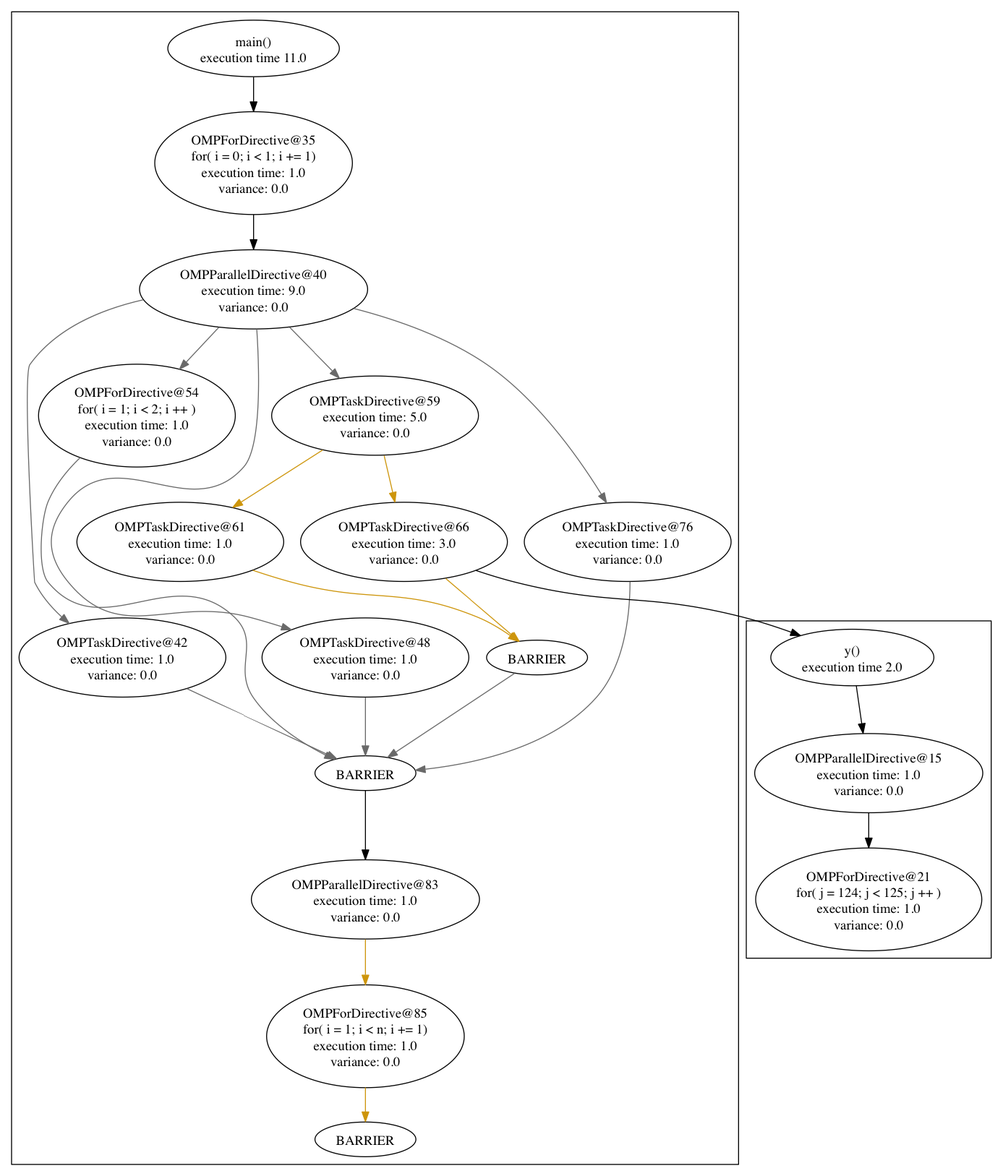
The Graphviz diagram graph_sched/graphs/function_graphs.png in filippobrizzi/soma, before a commit. Its source is kept beside it as graph_sched/graphs/function_graphs.dot.
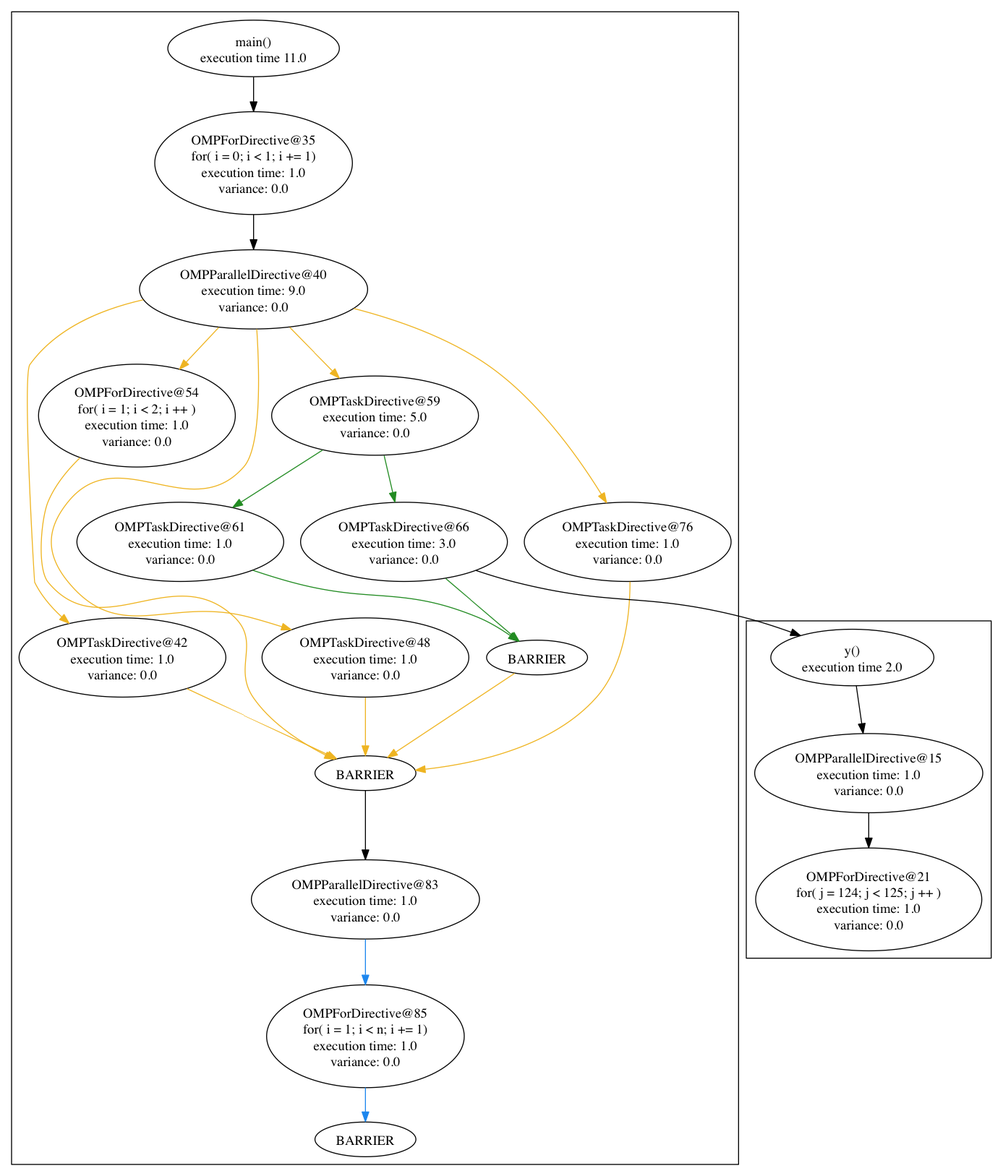
The same diagram one commit later.

The edit, as a diff of the source:
```diff
@@ -35,14 +35,14 @@
 			pos="183,654",
 			root=28,
 			width=2.9745];
-		59 -> 61		 [color=darkgoldenrod3,
+		59 -> 61		 [color=forestgreen,
 			pos="e,237.5,689.8 330.6,749.26 304.56,732.63 273.22,712.61 246.13,695.32"];
 		66		 [height=1.1471,
 			label="OMPTaskDirective@66\nexecution time: 3.0\nvariance: 0.0",
 			pos="415,654",
 			root=28,
 			width=2.9745];
-		59 -> 66		 [color=darkgoldenrod3,
+		59 -> 66		 [color=forestgreen,
 			pos="e,405.62,695.32 394.41,743.54 397.23,731.41 400.36,717.96 403.31,705.28"];
 		48		 [height=1.1471,
 			label="OMPTaskDirective@48\nexecution time: 1.0\nvariance: 0.0",
@@ -54,21 +54,21 @@
 			pos="375,414",
 			root=28,
 			width=1.4568];
-		48 -> "40_end"		 [color=dimgrey,
+		48 -> "40_end"		 [color=goldenrod2,
 			pos="e,375,432.29 375,492.39 375,475.87 375,457.21 375,442.35"];
 		76		 [height=1.1471,
 			label="OMPTaskDirective@76\nexecution time: 1.0\nvariance: 0.0",
 			pos="647,654",
 			root=28,
 			width=2.9745];
-		76 -> "40_end"		 [color=dimgrey,
+		76 -> "40_end"		 [color=goldenrod2,
 			pos="e,426.93,417.06 649.42,612.62 649.35,576.67 643.42,524.83 614,492 569.18,441.98 491.74,424.28 437.18,418.11"];
 		"59_end"		 [height=0.5,
 			label=BARRIER,
 			pos="553,534",
 			root=28,
 			width=1.4568];
-		"59_end" -> "40_end"		 [color=dimgrey,
+		"59_end" -> "40_end"		 [color=goldenrod2,
 			pos="e,397.99,430.24 529.73,517.57 498.19,496.67 441.78,459.27 406.49,435.87"];
 		28		 [height=0.8171,
 			label="main()\nexecution time 11.0",
@@ -86,21 +86,21 @@
 			pos="123,534",
 			root=28,
 			width=2.9745];
-		42 -> "40_end"		 [color=dimgrey,
+		42 -> "40_end"		 [color=goldenrod2,
 			pos="e,345.15,428.98 189.87,501.69 236.38,479.91 296.79,451.62 335.73,433.39"];
 		40		 [height=1.1471,
 			label="OMPParallelDirective@40\nexecution time: 9.0\nvariance: 0.0",
 			pos="259,916",
 			root=28,
 			width=3.2896];
-		40 -> 59		 [color=dimgrey,
+		40 -> 59		 [color=goldenrod2,
 			pos="e,347.9,823.98 296.46,876.65 310.3,862.48 326.12,846.29 340.52,831.54"];
-		40 -> 48		 [color=dimgrey,
+		40 -> 48		 [color=goldenrod2,
 			pos="e,298.02,562.83 262.32,874.67 265.31,827.29 266.84,752.54 249,732 194.94,669.74 119.34,759.71 67,696 43.301,667.15 43.227,640.79 \
 67,612 120.89,546.74 172.17,597.63 254,576 265.22,573.03 276.92,569.56 288.42,565.93"];
-		40 -> 76		 [color=dimgrey,
+		40 -> 76		 [color=goldenrod2,
 			pos="e,625.03,694.66 363.05,896.12 408.23,884.47 460.05,866.18 501,838 552.11,802.83 594.17,744.54 619.81,703.2"];
-		40 -> 42		 [color=dimgrey,
+		40 -> 42		 [color=goldenrod2,
 			pos="e,67.684,569.43 144.44,905.16 100.36,895.13 54.134,875.59 27,838 18.974,826.88 31.534,612.95 32,612 38.578,598.56 48.701,586.57 \
 59.841,576.28"];
 		54		 [height=1.4771,
@@ -108,15 +108,15 @@
 			pos="138,785",
 			root=28,
 			width=2.8384];
-		40 -> 54		 [color=dimgrey,
+		40 -> 54		 [color=goldenrod2,
 			pos="e,182.19,833.11 223.02,876.65 212.41,865.33 200.58,852.72 189.2,840.59"];
-		61 -> "59_end"		 [color=darkgoldenrod3,
+		61 -> "59_end"		 [color=forestgreen,
 			pos="e,533.48,550.85 258.28,624.5 271.73,619.95 285.7,615.58 299,612 382.85,589.47 410.53,608.59 491,576 502.96,571.16 515.04,563.84 \
 525.31,556.72"];
 		35 -> 40		 [pos="e,259,957.55 259,993.53 259,985 259,976.18 259,967.69"];
-		66 -> "59_end"		 [color=darkgoldenrod3,
+		66 -> "59_end"		 [color=forestgreen,
 			pos="e,534.43,550.88 458.29,615.99 480.69,596.83 507.33,574.05 526.63,557.54"];
-		54 -> "40_end"		 [color=dimgrey,
+		54 -> "40_end"		 [color=goldenrod2,
 			pos="e,342.74,428.25 79.095,741.33 65.708,728.42 53.295,713.07 46,696 38.665,678.83 34.072,626.36 46,612 101.76,544.88 175.8,636.16 239,\
 576 266.8,549.54 237.04,523.47 259,492 277.54,465.43 308.47,445.57 333.73,432.69"];
 		83		 [height=1.1471,
@@ -129,7 +129,7 @@
 			pos="375,141",
 			root=28,
 			width=2.8425];
-		83 -> 85		 [color=darkgoldenrod3,
+		83 -> 85		 [color=dodgerblue2,
 			pos="e,375,194.41 375,241.51 375,230.02 375,217.24 375,204.77"];
 		"83_end"		 [height=0.5,
 			label=BARRIER,
@@ -137,7 +137,7 @@
 			root=28,
 			width=1.4568];
 		"40_end" -> 83		 [pos="e,375,324.31 375,395.87 375,380.19 375,356.19 375,334.43"];
-		85 -> "83_end"		 [color=darkgoldenrod3,
+		85 -> "83_end"		 [color=dodgerblue2,
 			pos="e,375,52.46 375,87.808 375,79.132 375,70.445 375,62.694"];
 	}
 	66 -> 9	 [pos="e,826.16,556.78 489.56,624.34 503.21,619.75 517.43,615.41 531,612 633.48,586.28 663.59,602 766,576 782.7,571.76 800.39,566.04 816.72,\
```
